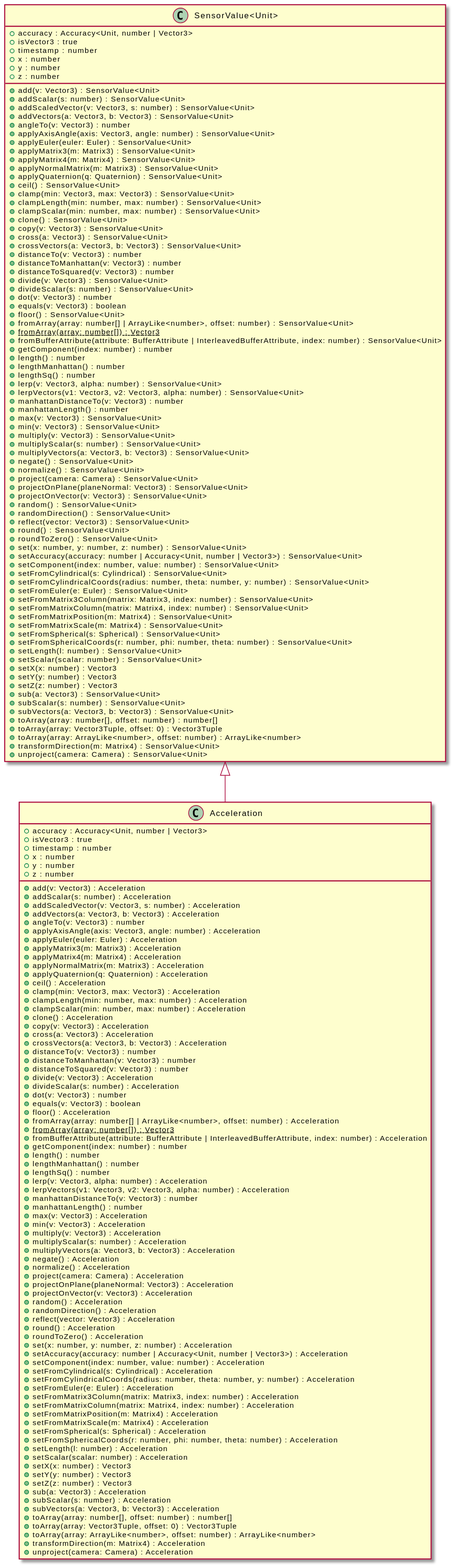
Before: assets/Acceleration-umlClassDiagram-5010.svg, a diagram exported from PlantUML (OpenHPS/openhps-core). Its diagram source:
```plantuml
@startuml
skinparam BackgroundColor transparent
hide empty methods
hide empty fields
class "Acceleration" {
    +accuracy : Accuracy<Unit, number | Vector3>
    +isVector3 : true
    +timestamp : number
    +x : number
    +y : number
    +z : number
    +add(v: Vector3) : Acceleration
    +addScalar(s: number) : Acceleration
    +addScaledVector(v: Vector3, s: number) : Acceleration
    +addVectors(a: Vector3, b: Vector3) : Acceleration
    +angleTo(v: Vector3) : number
    +applyAxisAngle(axis: Vector3, angle: number) : Acceleration
    +applyEuler(euler: Euler) : Acceleration
    +applyMatrix3(m: Matrix3) : Acceleration
    +applyMatrix4(m: Matrix4) : Acceleration
    +applyNormalMatrix(m: Matrix3) : Acceleration
    +applyQuaternion(q: Quaternion) : Acceleration
    +ceil() : Acceleration
    +clamp(min: Vector3, max: Vector3) : Acceleration
    +clampLength(min: number, max: number) : Acceleration
    +clampScalar(min: number, max: number) : Acceleration
    +clone() : Acceleration
    +copy(v: Vector3) : Acceleration
    +cross(a: Vector3) : Acceleration
    +crossVectors(a: Vector3, b: Vector3) : Acceleration
    +distanceTo(v: Vector3) : number
    +distanceToManhattan(v: Vector3) : number
    +distanceToSquared(v: Vector3) : number
    +divide(v: Vector3) : Acceleration
    +divideScalar(s: number) : Acceleration
    +dot(v: Vector3) : number
    +equals(v: Vector3) : boolean
    +floor() : Acceleration
    +fromArray(array: number[] | ArrayLike<number>, offset: number) : Acceleration
    {static} +fromArray(array: number[]) : Vector3
    +fromBufferAttribute(attribute: BufferAttribute | InterleavedBufferAttribute, index: number) : Acceleration
    +getComponent(index: number) : number
    +length() : number
    +lengthManhattan() : number
    +lengthSq() : number
    +lerp(v: Vector3, alpha: number) : Acceleration
    +lerpVectors(v1: Vector3, v2: Vector3, alpha: number) : Acceleration
    +manhattanDistanceTo(v: Vector3) : number
    +manhattanLength() : number
    +max(v: Vector3) : Acceleration
    +min(v: Vector3) : Acceleration
    +multiply(v: Vector3) : Acceleration
    +multiplyScalar(s: number) : Acceleration
    +multiplyVectors(a: Vector3, b: Vector3) : Acceleration
    +negate() : Acceleration
    +normalize() : Acceleration
    +project(camera: Camera) : Acceleration
    +projectOnPlane(planeNormal: Vector3) : Acceleration
    +projectOnVector(v: Vector3) : Acceleration
    +random() : Acceleration
    +randomDirection() : Acceleration
    +reflect(vector: Vector3) : Acceleration
    +round() : Acceleration
    +roundToZero() : Acceleration
    +set(x: number, y: number, z: number) : Acceleration
    +setAccuracy(accuracy: number | Accuracy<Unit, number | Vector3>) : Acceleration
    +setComponent(index: number, value: number) : Acceleration
    +setFromCylindrical(s: Cylindrical) : Acceleration
    +setFromCylindricalCoords(radius: number, theta: number, y: number) : Acceleration
    +setFromEuler(e: Euler) : Acceleration
    +setFromMatrix3Column(matrix: Matrix3, index: number) : Acceleration
    +setFromMatrixColumn(matrix: Matrix4, index: number) : Acceleration
    +setFromMatrixPosition(m: Matrix4) : Acceleration
    +setFromMatrixScale(m: Matrix4) : Acceleration
    +setFromSpherical(s: Spherical) : Acceleration
    +setFromSphericalCoords(r: number, phi: number, theta: number) : Acceleration
    +setLength(l: number) : Acceleration
    +setScalar(scalar: number) : Acceleration
    +setX(x: number) : Vector3
    +setY(y: number) : Vector3
    +setZ(z: number) : Vector3
    +sub(a: Vector3) : Acceleration
    +subScalar(s: number) : Acceleration
    +subVectors(a: Vector3, b: Vector3) : Acceleration
    +toArray(array: number[], offset: number) : number[]
    +toArray(array: Vector3Tuple, offset: 0) : Vector3Tuple
    +toArray(array: ArrayLike<number>, offset: number) : ArrayLike<number>
    +transformDirection(m: Matrix4) : Acceleration
    +unproject(camera: Camera) : Acceleration
}
class "SensorValue<Unit>" {
    +accuracy : Accuracy<Unit, number | Vector3>
    +isVector3 : true
    +timestamp : number
    +x : number
    +y : number
    +z : number
    +add(v: Vector3) : SensorValue<Unit>
    +addScalar(s: number) : SensorValue<Unit>
    +addScaledVector(v: Vector3, s: number) : SensorValue<Unit>
    +addVectors(a: Vector3, b: Vector3) : SensorValue<Unit>
    +angleTo(v: Vector3) : number
    +applyAxisAngle(axis: Vector3, angle: number) : SensorValue<Unit>
    +applyEuler(euler: Euler) : SensorValue<Unit>
    +applyMatrix3(m: Matrix3) : SensorValue<Unit>
    +applyMatrix4(m: Matrix4) : SensorValue<Unit>
    +applyNormalMatrix(m: Matrix3) : SensorValue<Unit>
    +applyQuaternion(q: Quaternion) : SensorValue<Unit>
    +ceil() : SensorValue<Unit>
    +clamp(min: Vector3, max: Vector3) : SensorValue<Unit>
    +clampLength(min: number, max: number) : SensorValue<Unit>
    +clampScalar(min: number, max: number) : SensorValue<Unit>
    +clone() : SensorValue<Unit>
    +copy(v: Vector3) : SensorValue<Unit>
    +cross(a: Vector3) : SensorValue<Unit>
    +crossVectors(a: Vector3, b: Vector3) : SensorValue<Unit>
    +distanceTo(v: Vector3) : number
    +distanceToManhattan(v: Vector3) : number
    +distanceToSquared(v: Vector3) : number
    +divide(v: Vector3) : SensorValue<Unit>
    +divideScalar(s: number) : SensorValue<Unit>
    +dot(v: Vector3) : number
    +equals(v: Vector3) : boolean
    +floor() : SensorValue<Unit>
    +fromArray(array: number[] | ArrayLike<number>, offset: number) : SensorValue<Unit>
    {static} +fromArray(array: number[]) : Vector3
    +fromBufferAttribute(attribute: BufferAttribute | InterleavedBufferAttribute, index: number) : SensorValue<Unit>
    +getComponent(index: number) : number
    +length() : number
    +lengthManhattan() : number
    +lengthSq() : number
    +lerp(v: Vector3, alpha: number) : SensorValue<Unit>
    +lerpVectors(v1: Vector3, v2: Vector3, alpha: number) : SensorValue<Unit>
    +manhattanDistanceTo(v: Vector3) : number
    +manhattanLength() : number
    +max(v: Vector3) : SensorValue<Unit>
    +min(v: Vector3) : SensorValue<Unit>
    +multiply(v: Vector3) : SensorValue<Unit>
    +multiplyScalar(s: number) : SensorValue<Unit>
    +multiplyVectors(a: Vector3, b: Vector3) : SensorValue<Unit>
    +negate() : SensorValue<Unit>
    +normalize() : SensorValue<Unit>
    +project(camera: Camera) : SensorValue<Unit>
    +projectOnPlane(planeNormal: Vector3) : SensorValue<Unit>
    +projectOnVector(v: Vector3) : SensorValue<Unit>
    +random() : SensorValue<Unit>
    +randomDirection() : SensorValue<Unit>
    +reflect(vector: Vector3) : SensorValue<Unit>
    +round() : SensorValue<Unit>
    +roundToZero() : SensorValue<Unit>
    +set(x: number, y: number, z: number) : SensorValue<Unit>
    +setAccuracy(accuracy: number | Accuracy<Unit, number | Vector3>) : SensorValue<Unit>
    +setComponent(index: number, value: number) : SensorValue<Unit>
    +setFromCylindrical(s: Cylindrical) : SensorValue<Unit>
    +setFromCylindricalCoords(radius: number, theta: number, y: number) : SensorValue<Unit>
    +setFromEuler(e: Euler) : SensorValue<Unit>
    +setFromMatrix3Column(matrix: Matrix3, index: number) : SensorValue<Unit>
    +setFromMatrixColumn(matrix: Matrix4, index: number) : SensorValue<Unit>
    +setFromMatrixPosition(m: Matrix4) : SensorValue<Unit>
    +setFromMatrixScale(m: Matrix4) : SensorValue<Unit>
    +setFromSpherical(s: Spherical) : SensorValue<Unit>
    +setFromSphericalCoords(r: number, phi: number, theta: number) : SensorValue<Unit>
    +setLength(l: number) : SensorValue<Unit>
    +setScalar(scalar: number) : SensorValue<Unit>
    +setX(x: number) : Vector3
    +setY(y: number) : Vector3
    +setZ(z: number) : Vector3
    +sub(a: Vector3) : SensorValue<Unit>
    +subScalar(s: number) : SensorValue<Unit>
    +subVectors(a: Vector3, b: Vector3) : SensorValue<Unit>
    +toArray(array: number[], offset: number) : number[]
    +toArray(array: Vector3Tuple, offset: 0) : Vector3Tuple
    +toArray(array: ArrayLike<number>, offset: number) : ArrayLike<number>
    +transformDirection(m: Matrix4) : SensorValue<Unit>
    +unproject(camera: Camera) : SensorValue<Unit>
}
"SensorValue<Unit>" <|-- "Acceleration"
@enduml
```
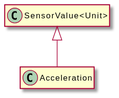
After the commit.

Change to the diagram source:
```diff
@@ -3,176 +3,8 @@
 hide empty methods
 hide empty fields
 class "Acceleration" {
-    +accuracy : Accuracy<Unit, number | Vector3>
-    +isVector3 : true
-    +timestamp : number
-    +x : number
-    +y : number
-    +z : number
-    +add(v: Vector3) : Acceleration
-    +addScalar(s: number) : Acceleration
-    +addScaledVector(v: Vector3, s: number) : Acceleration
-    +addVectors(a: Vector3, b: Vector3) : Acceleration
-    +angleTo(v: Vector3) : number
-    +applyAxisAngle(axis: Vector3, angle: number) : Acceleration
-    +applyEuler(euler: Euler) : Acceleration
-    +applyMatrix3(m: Matrix3) : Acceleration
-    +applyMatrix4(m: Matrix4) : Acceleration
-    +applyNormalMatrix(m: Matrix3) : Acceleration
-    +applyQuaternion(q: Quaternion) : Acceleration
-    +ceil() : Acceleration
-    +clamp(min: Vector3, max: Vector3) : Acceleration
-    +clampLength(min: number, max: number) : Acceleration
-    +clampScalar(min: number, max: number) : Acceleration
-    +clone() : Acceleration
-    +copy(v: Vector3) : Acceleration
-    +cross(a: Vector3) : Acceleration
-    +crossVectors(a: Vector3, b: Vector3) : Acceleration
-    +distanceTo(v: Vector3) : number
-    +distanceToManhattan(v: Vector3) : number
-    +distanceToSquared(v: Vector3) : number
-    +divide(v: Vector3) : Acceleration
-    +divideScalar(s: number) : Acceleration
-    +dot(v: Vector3) : number
-    +equals(v: Vector3) : boolean
-    +floor() : Acceleration
-    +fromArray(array: number[] | ArrayLike<number>, offset: number) : Acceleration
-    {static} +fromArray(array: number[]) : Vector3
-    +fromBufferAttribute(attribute: BufferAttribute | InterleavedBufferAttribute, index: number) : Acceleration
-    +getComponent(index: number) : number
-    +length() : number
-    +lengthManhattan() : number
-    +lengthSq() : number
-    +lerp(v: Vector3, alpha: number) : Acceleration
-    +lerpVectors(v1: Vector3, v2: Vector3, alpha: number) : Acceleration
-    +manhattanDistanceTo(v: Vector3) : number
-    +manhattanLength() : number
-    +max(v: Vector3) : Acceleration
-    +min(v: Vector3) : Acceleration
-    +multiply(v: Vector3) : Acceleration
-    +multiplyScalar(s: number) : Acceleration
-    +multiplyVectors(a: Vector3, b: Vector3) : Acceleration
-    +negate() : Acceleration
-    +normalize() : Acceleration
-    +project(camera: Camera) : Acceleration
-    +projectOnPlane(planeNormal: Vector3) : Acceleration
-    +projectOnVector(v: Vector3) : Acceleration
-    +random() : Acceleration
-    +randomDirection() : Acceleration
-    +reflect(vector: Vector3) : Acceleration
-    +round() : Acceleration
-    +roundToZero() : Acceleration
-    +set(x: number, y: number, z: number) : Acceleration
-    +setAccuracy(accuracy: number | Accuracy<Unit, number | Vector3>) : Acceleration
-    +setComponent(index: number, value: number) : Acceleration
-    +setFromCylindrical(s: Cylindrical) : Acceleration
-    +setFromCylindricalCoords(radius: number, theta: number, y: number) : Acceleration
-    +setFromEuler(e: Euler) : Acceleration
-    +setFromMatrix3Column(matrix: Matrix3, index: number) : Acceleration
-    +setFromMatrixColumn(matrix: Matrix4, index: number) : Acceleration
-    +setFromMatrixPosition(m: Matrix4) : Acceleration
-    +setFromMatrixScale(m: Matrix4) : Acceleration
-    +setFromSpherical(s: Spherical) : Acceleration
-    +setFromSphericalCoords(r: number, phi: number, theta: number) : Acceleration
-    +setLength(l: number) : Acceleration
-    +setScalar(scalar: number) : Acceleration
-    +setX(x: number) : Vector3
-    +setY(y: number) : Vector3
-    +setZ(z: number) : Vector3
-    +sub(a: Vector3) : Acceleration
-    +subScalar(s: number) : Acceleration
-    +subVectors(a: Vector3, b: Vector3) : Acceleration
-    +toArray(array: number[], offset: number) : number[]
-    +toArray(array: Vector3Tuple, offset: 0) : Vector3Tuple
-    +toArray(array: ArrayLike<number>, offset: number) : ArrayLike<number>
-    +transformDirection(m: Matrix4) : Acceleration
-    +unproject(camera: Camera) : Acceleration
 }
 class "SensorValue<Unit>" {
-    +accuracy : Accuracy<Unit, number | Vector3>
-    +isVector3 : true
-    +timestamp : number
-    +x : number
-    +y : number
-    +z : number
-    +add(v: Vector3) : SensorValue<Unit>
-    +addScalar(s: number) : SensorValue<Unit>
-    +addScaledVector(v: Vector3, s: number) : SensorValue<Unit>
-    +addVectors(a: Vector3, b: Vector3) : SensorValue<Unit>
-    +angleTo(v: Vector3) : number
-    +applyAxisAngle(axis: Vector3, angle: number) : SensorValue<Unit>
-    +applyEuler(euler: Euler) : SensorValue<Unit>
-    +applyMatrix3(m: Matrix3) : SensorValue<Unit>
-    +applyMatrix4(m: Matrix4) : SensorValue<Unit>
-    +applyNormalMatrix(m: Matrix3) : SensorValue<Unit>
-    +applyQuaternion(q: Quaternion) : SensorValue<Unit>
-    +ceil() : SensorValue<Unit>
-    +clamp(min: Vector3, max: Vector3) : SensorValue<Unit>
-    +clampLength(min: number, max: number) : SensorValue<Unit>
-    +clampScalar(min: number, max: number) : SensorValue<Unit>
-    +clone() : SensorValue<Unit>
-    +copy(v: Vector3) : SensorValue<Unit>
-    +cross(a: Vector3) : SensorValue<Unit>
-    +crossVectors(a: Vector3, b: Vector3) : SensorValue<Unit>
-    +distanceTo(v: Vector3) : number
-    +distanceToManhattan(v: Vector3) : number
-    +distanceToSquared(v: Vector3) : number
-    +divide(v: Vector3) : SensorValue<Unit>
-    +divideScalar(s: number) : SensorValue<Unit>
-    +dot(v: Vector3) : number
-    +equals(v: Vector3) : boolean
-    +floor() : SensorValue<Unit>
-    +fromArray(array: number[] | ArrayLike<number>, offset: number) : SensorValue<Unit>
-    {static} +fromArray(array: number[]) : Vector3
-    +fromBufferAttribute(attribute: BufferAttribute | InterleavedBufferAttribute, index: number) : SensorValue<Unit>
-    +getComponent(index: number) : number
-    +length() : number
-    +lengthManhattan() : number
-    +lengthSq() : number
-    +lerp(v: Vector3, alpha: number) : SensorValue<Unit>
-    +lerpVectors(v1: Vector3, v2: Vector3, alpha: number) : SensorValue<Unit>
-    +manhattanDistanceTo(v: Vector3) : number
-    +manhattanLength() : number
-    +max(v: Vector3) : SensorValue<Unit>
-    +min(v: Vector3) : SensorValue<Unit>
-    +multiply(v: Vector3) : SensorValue<Unit>
-    +multiplyScalar(s: number) : SensorValue<Unit>
-    +multiplyVectors(a: Vector3, b: Vector3) : SensorValue<Unit>
-    +negate() : SensorValue<Unit>
-    +normalize() : SensorValue<Unit>
-    +project(camera: Camera) : SensorValue<Unit>
-    +projectOnPlane(planeNormal: Vector3) : SensorValue<Unit>
-    +projectOnVector(v: Vector3) : SensorValue<Unit>
-    +random() : SensorValue<Unit>
-    +randomDirection() : SensorValue<Unit>
-    +reflect(vector: Vector3) : SensorValue<Unit>
-    +round() : SensorValue<Unit>
-    +roundToZero() : SensorValue<Unit>
-    +set(x: number, y: number, z: number) : SensorValue<Unit>
-    +setAccuracy(accuracy: number | Accuracy<Unit, number | Vector3>) : SensorValue<Unit>
-    +setComponent(index: number, value: number) : SensorValue<Unit>
-    +setFromCylindrical(s: Cylindrical) : SensorValue<Unit>
-    +setFromCylindricalCoords(radius: number, theta: number, y: number) : SensorValue<Unit>
-    +setFromEuler(e: Euler) : SensorValue<Unit>
-    +setFromMatrix3Column(matrix: Matrix3, index: number) : SensorValue<Unit>
-    +setFromMatrixColumn(matrix: Matrix4, index: number) : SensorValue<Unit>
-    +setFromMatrixPosition(m: Matrix4) : SensorValue<Unit>
-    +setFromMatrixScale(m: Matrix4) : SensorValue<Unit>
-    +setFromSpherical(s: Spherical) : SensorValue<Unit>
-    +setFromSphericalCoords(r: number, phi: number, theta: number) : SensorValue<Unit>
-    +setLength(l: number) : SensorValue<Unit>
-    +setScalar(scalar: number) : SensorValue<Unit>
-    +setX(x: number) : Vector3
-    +setY(y: number) : Vector3
-    +setZ(z: number) : Vector3
-    +sub(a: Vector3) : SensorValue<Unit>
-    +subScalar(s: number) : SensorValue<Unit>
-    +subVectors(a: Vector3, b: Vector3) : SensorValue<Unit>
-    +toArray(array: number[], offset: number) : number[]
-    +toArray(array: Vector3Tuple, offset: 0) : Vector3Tuple
-    +toArray(array: ArrayLike<number>, offset: number) : ArrayLike<number>
-    +transformDirection(m: Matrix4) : SensorValue<Unit>
-    +unproject(camera: Camera) : SensorValue<Unit>
 }
 "SensorValue<Unit>" <|-- "Acceleration"
 @enduml
```
